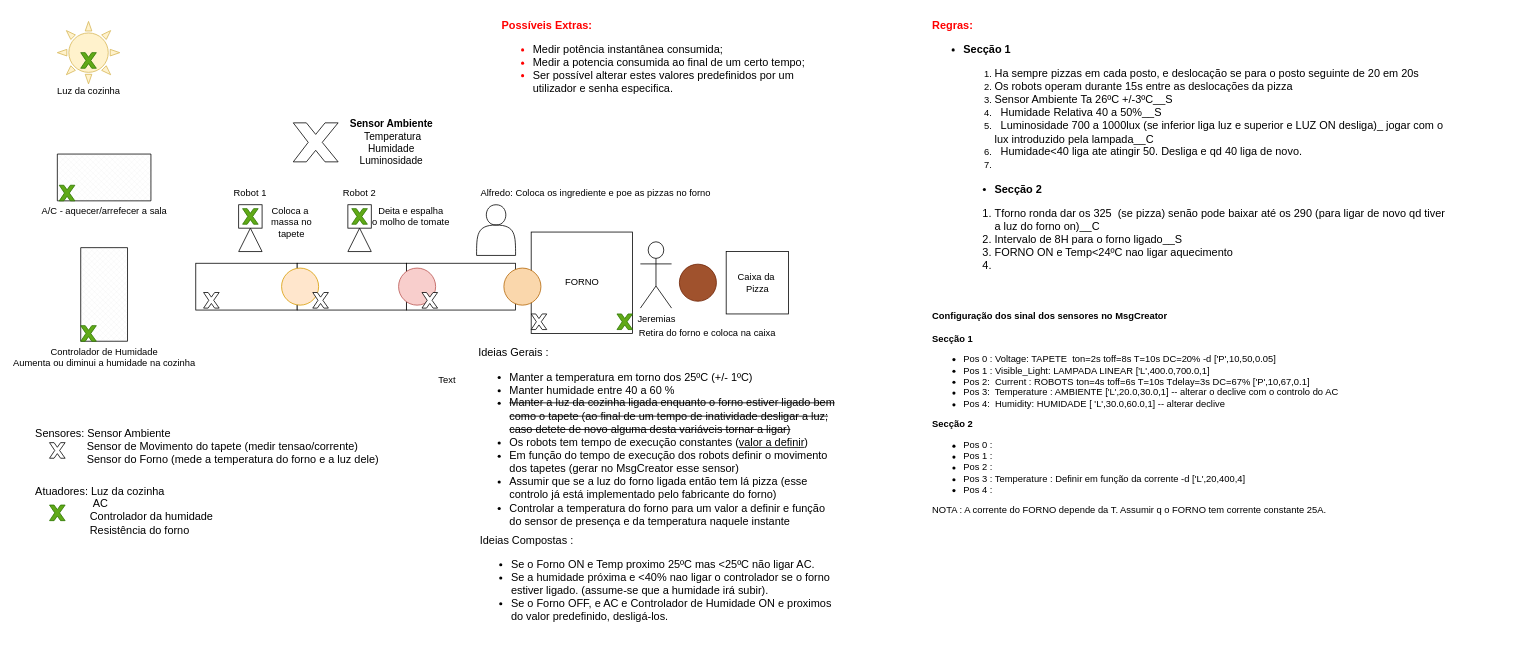
Before: squematics/base_floor.drawio in Automation-yatata/Industry4.0-PizzaPlace, a draw.io diagram. Source tidied: cells renumbered, new cells numbered last; positions are measured from the earlier drawing's top-left corner, leaving out a move shared by most shapes. Both pictures are drawn from the tidied source at 78%, with x=0, y=0 at pixel (34, 13).
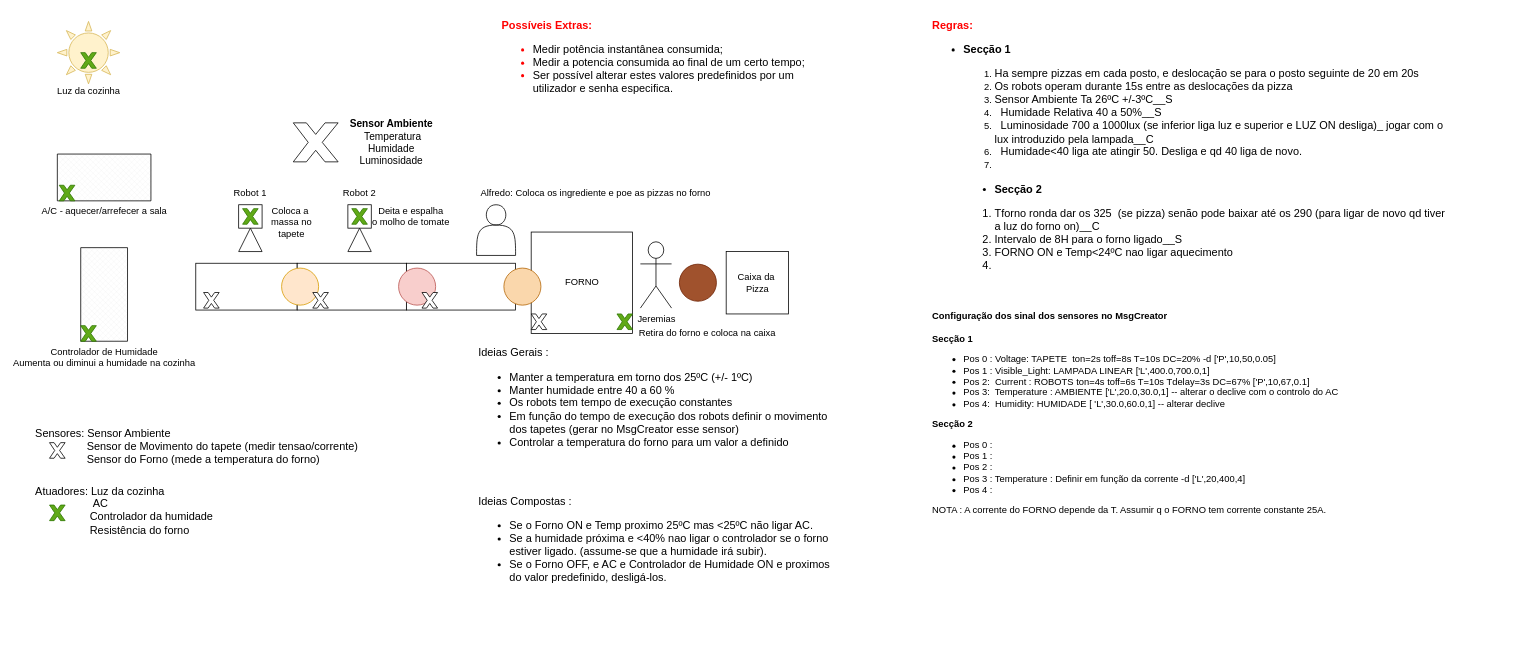
The same page after the edit.

What changed in the source:
```diff
@@
-    <mxCell id="37" value="&lt;span style=&quot;font-size: 14px&quot;&gt;Sensores: Sensor Ambiente&amp;nbsp;&lt;br&gt;&amp;nbsp; &amp;nbsp; &amp;nbsp; &amp;nbsp; &amp;nbsp; &amp;nbsp; &amp;nbsp; &amp;nbsp; &amp;nbsp;Sensor de Movimento do tapete (medir tensao/corrente)&lt;br&gt;&amp;nbsp; &amp;nbsp; &amp;nbsp; &amp;nbsp; &amp;nbsp; &amp;nbsp; &amp;nbsp; &amp;nbsp; &amp;nbsp;Sensor do Forno (mede a temperatura do forno e a luz dele)&lt;br&gt;&lt;/span&gt;" style="text;html=1;strokeColor=none;fillColor=none;align=left;verticalAlign=middle;whiteSpace=wrap;rounded=0;" parent="1" vertex="1">
+    <mxCell id="37" value="&lt;span style=&quot;font-size: 14px&quot;&gt;Sensores: Sensor Ambiente&amp;nbsp;&lt;br&gt;&amp;nbsp; &amp;nbsp; &amp;nbsp; &amp;nbsp; &amp;nbsp; &amp;nbsp; &amp;nbsp; &amp;nbsp; &amp;nbsp;Sensor de Movimento do tapete (medir tensao/corrente)&lt;br&gt;&amp;nbsp; &amp;nbsp; &amp;nbsp; &amp;nbsp; &amp;nbsp; &amp;nbsp; &amp;nbsp; &amp;nbsp; &amp;nbsp;Sensor do Forno (mede a temperatura do forno)&lt;br&gt;&lt;/span&gt;" style="text;html=1;strokeColor=none;fillColor=none;align=left;verticalAlign=middle;whiteSpace=wrap;rounded=0;" parent="1" vertex="1">
       <mxGeometry y="500" width="460" height="110" as="geometry" />
     </mxCell>
@@
-    <mxCell id="43" value="&lt;font style=&quot;font-size: 14px&quot;&gt;Ideias Gerais :&lt;br&gt;&lt;ul&gt;&lt;li&gt;&lt;font style=&quot;font-size: 14px&quot;&gt;Manter a temperatura em torno dos 25ºC (+/- 1ºC)&lt;/font&gt;&lt;/li&gt;&lt;li&gt;&lt;font style=&quot;font-size: 14px&quot;&gt;Manter humidade entre 40 a 60 %&lt;/font&gt;&lt;/li&gt;&lt;li&gt;&lt;font style=&quot;font-size: 14px&quot;&gt;&lt;strike&gt;Manter a luz da cozinha ligada enquanto o forno estiver ligado bem como o tapete (ao final de um tempo de inatividade desligar a luz; caso detete de novo alguma desta variáveis tornar a ligar)&lt;/strike&gt;&lt;/font&gt;&lt;/li&gt;&lt;li&gt;&lt;font style=&quot;font-size: 14px&quot;&gt;Os robots tem tempo de execução constantes (&lt;u&gt;valor a definir&lt;/u&gt;)&lt;/font&gt;&lt;/li&gt;&lt;li&gt;&lt;font style=&quot;font-size: 14px&quot;&gt;Em função do tempo de execução dos robots definir o movimento dos tapetes (gerar no MsgCreator esse sensor)&lt;/font&gt;&lt;/li&gt;&lt;li&gt;&lt;font style=&quot;font-size: 14px&quot;&gt;Assumir que se a luz do forno ligada então tem lá pizza (esse controlo já está implementado pelo fabricante do forno)&lt;/font&gt;&lt;/li&gt;&lt;li&gt;&lt;font style=&quot;font-size: 14px&quot;&gt;Controlar a temperatura do forno para um valor a definir e função do sensor de presença e da temperatura naquele instante&lt;/font&gt;&lt;/li&gt;&lt;/ul&gt;&lt;/font&gt;" style="text;html=1;strokeColor=none;fillColor=none;align=left;verticalAlign=top;whiteSpace=wrap;rounded=0;" parent="1" vertex="1">
-      <mxGeometry x="567.5" y="420" width="462.5" height="240" as="geometry" />
+    <mxCell id="43" value="&lt;font style=&quot;font-size: 14px&quot;&gt;Ideias Gerais :&lt;br&gt;&lt;ul&gt;&lt;li&gt;&lt;font style=&quot;font-size: 14px&quot;&gt;Manter a temperatura em torno dos 25ºC (+/- 1ºC)&lt;/font&gt;&lt;/li&gt;&lt;li&gt;&lt;font style=&quot;font-size: 14px&quot;&gt;Manter humidade entre 40 a 60 %&lt;/font&gt;&lt;/li&gt;&lt;li&gt;&lt;span&gt;Os robots tem tempo de execução constantes&lt;/span&gt;&lt;br&gt;&lt;/li&gt;&lt;li&gt;&lt;font style=&quot;font-size: 14px&quot;&gt;Em função do tempo de execução dos robots definir o movimento dos tapetes (gerar no MsgCreator esse sensor)&lt;/font&gt;&lt;/li&gt;&lt;li&gt;&lt;font style=&quot;font-size: 14px&quot;&gt;Controlar a temperatura do forno para um valor a definido&lt;/font&gt;&lt;/li&gt;&lt;/ul&gt;&lt;/font&gt;" style="text;html=1;strokeColor=none;fillColor=none;align=left;verticalAlign=top;whiteSpace=wrap;rounded=0;" parent="1" vertex="1">
+      <mxGeometry x="567.5" y="420" width="462.5" height="160" as="geometry" />
     </mxCell>
     <mxCell id="44" value="&lt;font style=&quot;font-size: 14px&quot;&gt;Ideias Compostas :&lt;br&gt;&lt;ul&gt;&lt;li&gt;Se o Forno ON e Temp proximo 25ºC mas &amp;lt;25ºC não ligar AC.&lt;/li&gt;&lt;li&gt;Se a humidade próxima e &amp;lt;40% nao ligar o controlador se o forno estiver ligado. (assume-se que a humidade irá subir).&lt;/li&gt;&lt;li&gt;Se o Forno OFF, e AC e Controlador de Humidade ON e proximos do valor predefinido, desligá-los.&lt;/li&gt;&lt;/ul&gt;&lt;/font&gt;" style="text;html=1;strokeColor=none;fillColor=none;align=left;verticalAlign=top;whiteSpace=wrap;rounded=0;" parent="1" vertex="1">
-      <mxGeometry x="570" y="660" width="462.5" height="130" as="geometry" />
+      <mxGeometry x="567.5" y="610" width="462.5" height="130" as="geometry" />
     </mxCell>
     <mxCell id="45" value="Possíveis Extras:&lt;br&gt;&lt;ul&gt;&lt;li&gt;&lt;font color=&quot;#000000&quot;&gt;&lt;span style=&quot;font-weight: 400&quot;&gt;Medir potência instantânea consumida;&lt;br&gt;&lt;/span&gt;&lt;/font&gt;&lt;/li&gt;&lt;li&gt;&lt;font color=&quot;#000000&quot;&gt;&lt;span style=&quot;font-weight: 400&quot;&gt;Medir a potencia consumida ao final de um certo tempo;&lt;/span&gt;&lt;/font&gt;&lt;/li&gt;&lt;li&gt;&lt;font color=&quot;#000000&quot;&gt;&lt;span style=&quot;font-weight: 400&quot;&gt;Ser possível alterar estes valores predefinidos por um utilizador e senha especifica.&lt;/span&gt;&lt;/font&gt;&lt;/li&gt;&lt;/ul&gt;" style="text;html=1;strokeColor=none;fillColor=none;align=left;verticalAlign=top;whiteSpace=wrap;rounded=0;labelBackgroundColor=none;labelBorderColor=none;fontColor=#FF0000;fontSize=14;fontStyle=1;" parent="1" vertex="1">
-      <mxGeometry x="597.5" width="422.5" height="160" as="geometry" />
+      <mxGeometry x="597.5" width="422.5" height="120" as="geometry" />
     </mxCell>
-    <mxCell id="46" value="Text" style="text;html=1;strokeColor=none;fillColor=none;align=center;verticalAlign=middle;whiteSpace=wrap;rounded=0;" parent="1" vertex="1">
-      <mxGeometry x="510" y="460" width="40" height="20" as="geometry" />
-    </mxCell>
```
